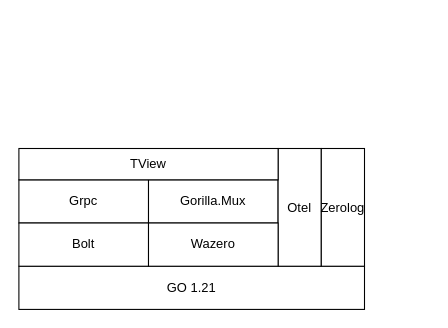
This is page "Page-2" (2 of 2) of docs/Jobico.drawio from andrescosta/jobico-fn, a draw.io file, before an edit. Source tidied: cells renumbered, new cells numbered last; positions are measured from the earlier drawing's top-left corner, leaving out a move shared by most shapes. Both pictures are drawn from the tidied source at 108%, with x=0, y=0 at pixel (18, 148).
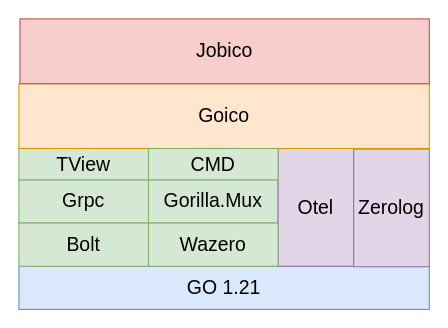
After the change.

What changed in the source:
```diff
@@
 <mxGraphModel>
   <root>
     <mxCell id="0" />
     <mxCell id="1" parent="0" />
-    <mxCell id="2" value="GO 1.21" style="rounded=0;whiteSpace=wrap;html=1;" parent="1" vertex="1">
-      <mxGeometry y="109" width="320" height="40" as="geometry" />
+    <mxCell id="2" value="GO 1.21" style="rounded=0;whiteSpace=wrap;html=1;fillColor=#dae8fc;strokeColor=#6c8ebf;fontSize=18;fontFamily=Helvetica;fontStyle=0;" parent="1" vertex="1">
+      <mxGeometry y="109" width="380" height="40" as="geometry" />
     </mxCell>
-    <mxCell id="3" value="Grpc" style="rounded=0;whiteSpace=wrap;html=1;" parent="1" vertex="1">
+    <mxCell id="3" value="Grpc" style="rounded=0;whiteSpace=wrap;html=1;fillColor=#d5e8d4;strokeColor=#82b366;fontSize=18;fontFamily=Helvetica;fontStyle=0;" parent="1" vertex="1">
       <mxGeometry y="29" width="120" height="40" as="geometry" />
     </mxCell>
-    <mxCell id="4" value="Gorilla.Mux" style="rounded=0;whiteSpace=wrap;html=1;" parent="1" vertex="1">
+    <mxCell id="4" value="Gorilla.Mux" style="rounded=0;whiteSpace=wrap;html=1;fillColor=#d5e8d4;strokeColor=#82b366;fontSize=18;fontFamily=Helvetica;fontStyle=0;" parent="1" vertex="1">
       <mxGeometry x="120" y="29" width="120" height="40" as="geometry" />
     </mxCell>
-    <mxCell id="5" value="Bolt" style="rounded=0;whiteSpace=wrap;html=1;" parent="1" vertex="1">
+    <mxCell id="5" value="Bolt" style="rounded=0;whiteSpace=wrap;html=1;fillColor=#d5e8d4;strokeColor=#82b366;fontSize=18;fontFamily=Helvetica;fontStyle=0;" parent="1" vertex="1">
       <mxGeometry y="69" width="120" height="40" as="geometry" />
     </mxCell>
-    <mxCell id="6" value="Otel" style="rounded=0;whiteSpace=wrap;html=1;" parent="1" vertex="1">
-      <mxGeometry x="240" width="40" height="109" as="geometry" />
+    <mxCell id="6" value="Otel" style="rounded=0;whiteSpace=wrap;html=1;fillColor=#e1d5e7;strokeColor=#9673a6;fontSize=18;fontFamily=Helvetica;fontStyle=0;" parent="1" vertex="1">
+      <mxGeometry x="240" width="70" height="109" as="geometry" />
     </mxCell>
-    <mxCell id="7" value="Zerolog" style="rounded=0;whiteSpace=wrap;html=1;" parent="1" vertex="1">
-      <mxGeometry x="280" width="40" height="109" as="geometry" />
+    <mxCell id="7" value="Zerolog" style="rounded=0;whiteSpace=wrap;html=1;fillColor=#e1d5e7;strokeColor=#9673a6;fontSize=18;fontFamily=Helvetica;fontStyle=0;" parent="1" vertex="1">
+      <mxGeometry x="310" y="0.5" width="70" height="109" as="geometry" />
     </mxCell>
-    <mxCell id="8" value="Wazero" style="rounded=0;whiteSpace=wrap;html=1;" parent="1" vertex="1">
+    <mxCell id="8" value="Wazero" style="rounded=0;whiteSpace=wrap;html=1;fillColor=#d5e8d4;strokeColor=#82b366;fontSize=18;fontFamily=Helvetica;fontStyle=0;" parent="1" vertex="1">
       <mxGeometry x="120" y="69" width="120" height="40" as="geometry" />
     </mxCell>
-    <mxCell id="9" value="TView" style="rounded=0;whiteSpace=wrap;html=1;" parent="1" vertex="1">
-      <mxGeometry width="240" height="29" as="geometry" />
+    <mxCell id="9" value="TView" style="rounded=0;whiteSpace=wrap;html=1;fillColor=#d5e8d4;strokeColor=#82b366;fontSize=18;fontFamily=Helvetica;fontStyle=0;" parent="1" vertex="1">
+      <mxGeometry width="120" height="29" as="geometry" />
     </mxCell>
+    <mxCell id="10" value="Goico" style="rounded=0;whiteSpace=wrap;html=1;fillColor=#ffe6cc;strokeColor=#d79b00;fontSize=18;fontFamily=Helvetica;fontStyle=0;" parent="1" vertex="1">
+      <mxGeometry y="-60" width="380" height="60" as="geometry" />
+    </mxCell>
+    <mxCell id="11" value="Jobico" style="rounded=0;whiteSpace=wrap;html=1;fillColor=#f8cecc;strokeColor=#b85450;fontSize=18;fontFamily=Helvetica;fontStyle=0;" parent="1" vertex="1">
+      <mxGeometry x="1" y="-120" width="379" height="60" as="geometry" />
+    </mxCell>
+    <mxCell id="12" value="CMD" style="rounded=0;whiteSpace=wrap;html=1;fillColor=#d5e8d4;strokeColor=#82b366;fontSize=18;fontFamily=Helvetica;fontStyle=0;" parent="1" vertex="1">
+      <mxGeometry x="120" width="120" height="29" as="geometry" />
+    </mxCell>
   </root>
 </mxGraphModel>
```
